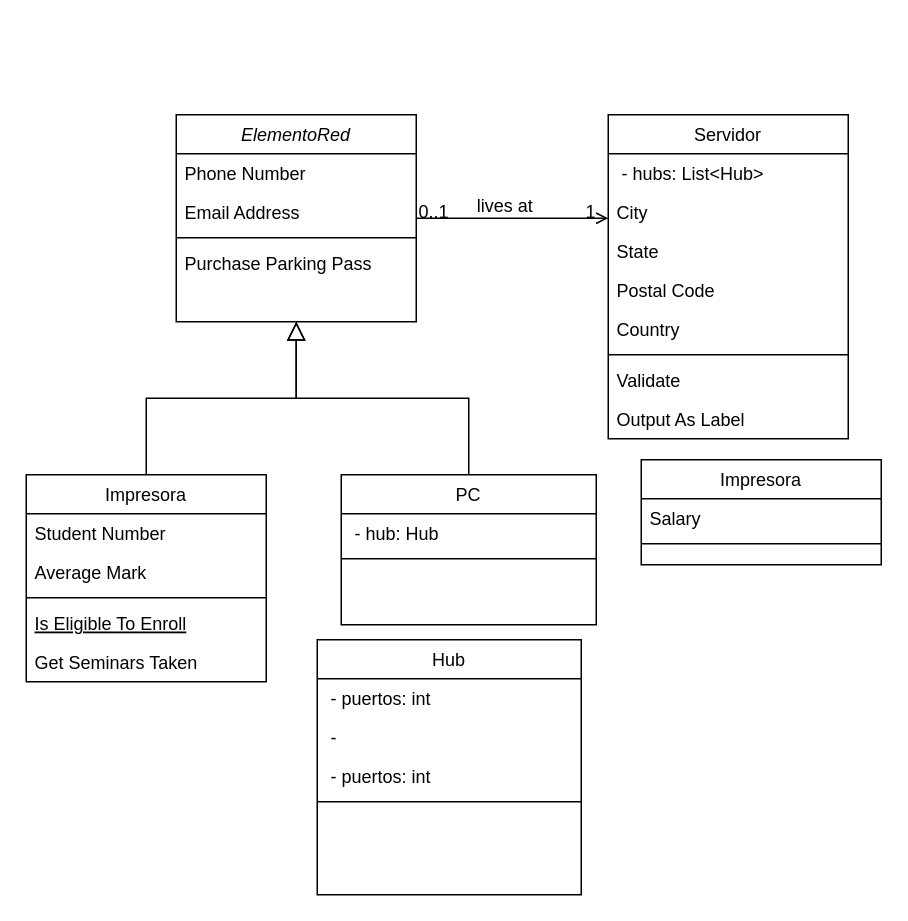
Above: redes.drawio in vitoriadelanachaves/uml_class_diagram (draw.io), before the change. Source tidied: cells renumbered, new cells numbered last; positions are measured from the earlier drawing's top-left corner, leaving out a move shared by most shapes. Both pictures are drawn from the tidied source at 150%, with x=0, y=0 at pixel (26, 114).
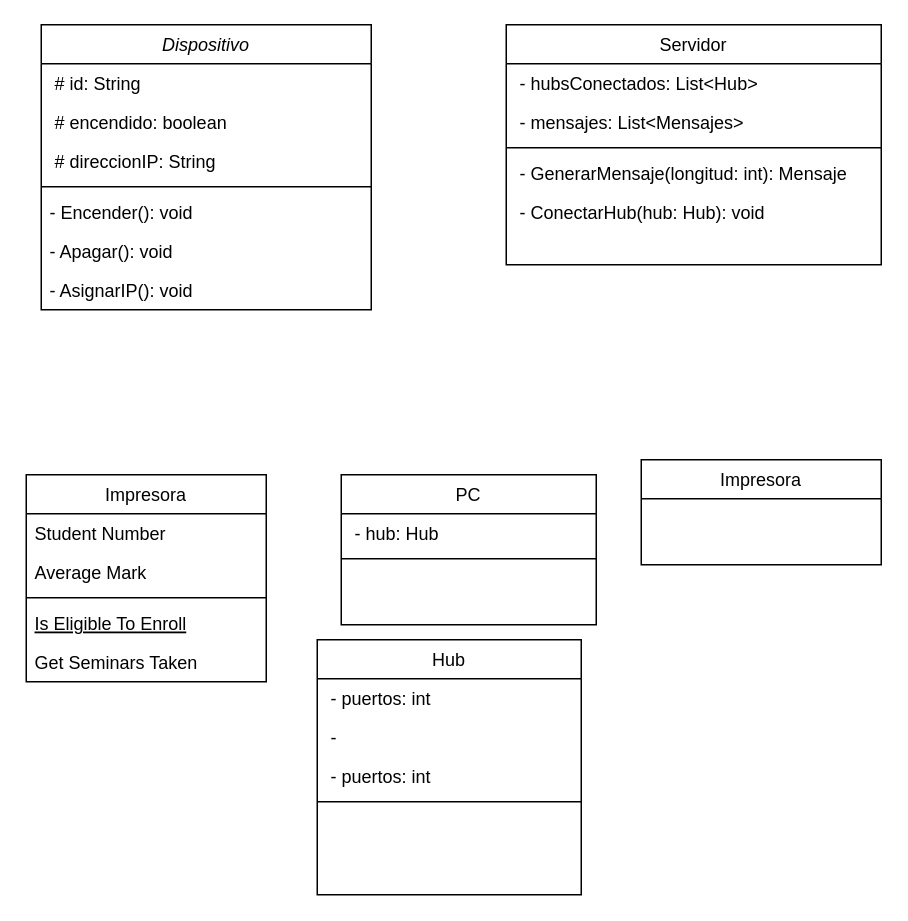
The same page after the edit.

Unchanged cells that the change refers to:
```xml
<mxCell id="7" value="Impresora" style="swimlane;fontStyle=0;align=center;verticalAlign=top;horizontal=1;startSize=26;rounded=0;shadow=0;strokeWidth=1;" parent="1" vertex="1">
  <mxGeometry y="240" width="160" height="138" as="geometry" />
</mxCell>
<mxCell id="14" value="PC" style="swimlane;fontStyle=0;align=center;verticalAlign=top;horizontal=1;startSize=26;rounded=0;shadow=0;strokeWidth=1;" parent="1" vertex="1">
  <mxGeometry x="210" y="240" width="170" height="100" as="geometry" />
</mxCell>
<mxCell id="36" value="Impresora" style="swimlane;fontStyle=0;align=center;verticalAlign=top;horizontal=1;startSize=26;rounded=0;shadow=0;strokeWidth=1;" parent="1" vertex="1">
  <mxGeometry x="410" y="230" width="160" height="70" as="geometry" />
</mxCell>
```

The edit, as a diff of the source:
```diff
@@
-    <mxCell id="2" value="ElementoRed" style="swimlane;fontStyle=2;align=center;verticalAlign=top;horizontal=1;startSize=26;rounded=0;shadow=0;strokeWidth=1;" parent="1" vertex="1">
-      <mxGeometry x="100" width="160" height="138" as="geometry" />
+    <mxCell id="2" value="Dispositivo" style="swimlane;fontStyle=2;align=center;verticalAlign=top;horizontal=1;startSize=26;rounded=0;shadow=0;strokeWidth=1;" parent="1" vertex="1">
+      <mxGeometry x="10" y="-60" width="220" height="190" as="geometry" />
     </mxCell>
-    <mxCell id="3" value="Phone Number" style="text;align=left;verticalAlign=top;spacingLeft=4;spacingRight=4;overflow=hidden;rounded=0;shadow=0;html=0;" parent="2" vertex="1">
-      <mxGeometry y="26" width="160" height="26" as="geometry" />
+    <mxCell id="3" value=" # id: String" style="text;align=left;verticalAlign=top;spacingLeft=4;spacingRight=4;overflow=hidden;rounded=0;shadow=0;html=0;" parent="2" vertex="1">
+      <mxGeometry y="26" width="220" height="26" as="geometry" />
     </mxCell>
-    <mxCell id="4" value="Email Address" style="text;align=left;verticalAlign=top;spacingLeft=4;spacingRight=4;overflow=hidden;rounded=0;shadow=0;html=0;" parent="2" vertex="1">
-      <mxGeometry y="52" width="160" height="26" as="geometry" />
+    <mxCell id="4" value=" # encendido: boolean" style="text;align=left;verticalAlign=top;spacingLeft=4;spacingRight=4;overflow=hidden;rounded=0;shadow=0;html=0;" parent="2" vertex="1">
+      <mxGeometry y="52" width="220" height="26" as="geometry" />
     </mxCell>
+    <mxCell id="39" value=" # direccionIP: String" style="text;align=left;verticalAlign=top;spacingLeft=4;spacingRight=4;overflow=hidden;rounded=0;shadow=0;html=0;" parent="2" vertex="1">
+      <mxGeometry y="78" width="220" height="26" as="geometry" />
+    </mxCell>
     <mxCell id="5" style="line;html=1;strokeWidth=1;align=left;verticalAlign=middle;spacingTop=-1;spacingLeft=3;spacingRight=3;labelPosition=right;" parent="2" vertex="1">
-      <mxGeometry y="78" width="160" height="8" as="geometry" />
+      <mxGeometry y="104" width="220" height="8" as="geometry" />
     </mxCell>
-    <mxCell id="6" value="Purchase Parking Pass" style="text;align=left;verticalAlign=top;spacingLeft=4;spacingRight=4;overflow=hidden;" parent="2" vertex="1">
-      <mxGeometry y="86" width="160" height="26" as="geometry" />
+    <mxCell id="6" value="- Encender(): void&#10;" style="text;align=left;verticalAlign=top;spacingLeft=4;spacingRight=4;overflow=hidden;" parent="2" vertex="1">
+      <mxGeometry y="112" width="220" height="26" as="geometry" />
     </mxCell>
+    <mxCell id="40" value="- Apagar(): void" style="text;align=left;verticalAlign=top;spacingLeft=4;spacingRight=4;overflow=hidden;" parent="2" vertex="1">
+      <mxGeometry y="138" width="220" height="26" as="geometry" />
+    </mxCell>
+    <mxCell id="41" value="- AsignarIP(): void" style="text;align=left;verticalAlign=top;spacingLeft=4;spacingRight=4;overflow=hidden;" parent="2" vertex="1">
+      <mxGeometry y="164" width="220" height="26" as="geometry" />
+    </mxCell>
@@
-    <mxCell id="13" style="endArrow=block;endSize=10;endFill=0;shadow=0;strokeWidth=1;rounded=0;curved=0;edgeStyle=elbowEdgeStyle;elbow=vertical;" parent="1" edge="1" source="7" target="2">
-      <mxGeometry relative="1" as="geometry" />
-    </mxCell>
@@
-    <mxCell id="17" style="endArrow=block;endSize=10;endFill=0;shadow=0;strokeWidth=1;rounded=0;curved=0;edgeStyle=elbowEdgeStyle;elbow=vertical;" parent="1" edge="1" source="14" target="2">
-      <mxGeometry relative="1" as="geometry" />
-    </mxCell>
     <mxCell id="18" value="Servidor" style="swimlane;fontStyle=0;align=center;verticalAlign=top;horizontal=1;startSize=26;rounded=0;shadow=0;strokeWidth=1;" parent="1" vertex="1">
-      <mxGeometry x="388" width="160" height="216" as="geometry" />
+      <mxGeometry x="320" y="-60" width="250" height="160" as="geometry" />
     </mxCell>
-    <mxCell id="19" value=" - hubs: List&lt;Hub&gt;" style="text;align=left;verticalAlign=top;spacingLeft=4;spacingRight=4;overflow=hidden;" parent="18" vertex="1">
-      <mxGeometry y="26" width="160" height="26" as="geometry" />
+    <mxCell id="19" value=" - hubsConectados: List&lt;Hub&gt;" style="text;align=left;verticalAlign=top;spacingLeft=4;spacingRight=4;overflow=hidden;" parent="18" vertex="1">
+      <mxGeometry y="26" width="250" height="26" as="geometry" />
     </mxCell>
-    <mxCell id="20" value="City" style="text;align=left;verticalAlign=top;spacingLeft=4;spacingRight=4;overflow=hidden;rounded=0;shadow=0;html=0;" parent="18" vertex="1">
-      <mxGeometry y="52" width="160" height="26" as="geometry" />
+    <mxCell id="20" value=" - mensajes: List&lt;Mensajes&gt;" style="text;align=left;verticalAlign=top;spacingLeft=4;spacingRight=4;overflow=hidden;rounded=0;shadow=0;html=0;" parent="18" vertex="1">
+      <mxGeometry y="52" width="250" height="26" as="geometry" />
     </mxCell>
-    <mxCell id="21" value="State" style="text;align=left;verticalAlign=top;spacingLeft=4;spacingRight=4;overflow=hidden;rounded=0;shadow=0;html=0;" parent="18" vertex="1">
-      <mxGeometry y="78" width="160" height="26" as="geometry" />
-    </mxCell>
-    <mxCell id="22" value="Postal Code" style="text;align=left;verticalAlign=top;spacingLeft=4;spacingRight=4;overflow=hidden;rounded=0;shadow=0;html=0;" parent="18" vertex="1">
-      <mxGeometry y="104" width="160" height="26" as="geometry" />
-    </mxCell>
-    <mxCell id="23" value="Country" style="text;align=left;verticalAlign=top;spacingLeft=4;spacingRight=4;overflow=hidden;rounded=0;shadow=0;html=0;" parent="18" vertex="1">
-      <mxGeometry y="130" width="160" height="26" as="geometry" />
-    </mxCell>
     <mxCell id="24" style="line;html=1;strokeWidth=1;align=left;verticalAlign=middle;spacingTop=-1;spacingLeft=3;spacingRight=3;labelPosition=right;" parent="18" vertex="1">
-      <mxGeometry y="156" width="160" height="8" as="geometry" />
+      <mxGeometry y="78" width="250" height="8" as="geometry" />
     </mxCell>
-    <mxCell id="25" value="Validate" style="text;align=left;verticalAlign=top;spacingLeft=4;spacingRight=4;overflow=hidden;" parent="18" vertex="1">
-      <mxGeometry y="164" width="160" height="26" as="geometry" />
+    <mxCell id="25" value=" - GenerarMensaje(longitud: int): Mensaje" style="text;align=left;verticalAlign=top;spacingLeft=4;spacingRight=4;overflow=hidden;" parent="18" vertex="1">
+      <mxGeometry y="86" width="250" height="26" as="geometry" />
     </mxCell>
-    <mxCell id="26" value="Output As Label" style="text;align=left;verticalAlign=top;spacingLeft=4;spacingRight=4;overflow=hidden;" parent="18" vertex="1">
-      <mxGeometry y="190" width="160" height="26" as="geometry" />
+    <mxCell id="26" value=" - ConectarHub(hub: Hub): void" style="text;align=left;verticalAlign=top;spacingLeft=4;spacingRight=4;overflow=hidden;" parent="18" vertex="1">
+      <mxGeometry y="112" width="250" height="28" as="geometry" />
     </mxCell>
-    <mxCell id="27" style="endArrow=open;shadow=0;strokeWidth=1;rounded=0;curved=0;endFill=1;edgeStyle=elbowEdgeStyle;elbow=vertical;" parent="1" edge="1" source="2" target="18">
-      <mxGeometry x="0.5" y="41" relative="1" as="geometry">
-        <mxPoint x="-40" y="32" as="offset" />
-      </mxGeometry>
-    </mxCell>
-    <mxCell id="28" value="0..1" style="align=left;verticalAlign=bottom;labelBackgroundColor=none;fontSize=12;" parent="27" vertex="1">
-      <mxGeometry x="-1" relative="1" as="geometry">
-        <mxPoint y="4" as="offset" />
-      </mxGeometry>
-    </mxCell>
-    <mxCell id="29" value="1" style="align=right;verticalAlign=bottom;labelBackgroundColor=none;fontSize=12;" parent="27" vertex="1">
-      <mxGeometry x="1" relative="1" as="geometry">
-        <mxPoint x="-7" y="4" as="offset" />
-      </mxGeometry>
-    </mxCell>
-    <mxCell id="30" value="lives at" style="text;html=1;align=center;verticalAlign=middle;labelBackgroundColor=none;rounded=0;shadow=0;strokeWidth=1;fontSize=12;" parent="27" vertex="1">
-      <mxGeometry x="0.5" y="49" relative="1" as="geometry">
-        <mxPoint x="-38" y="40" as="offset" />
-      </mxGeometry>
-    </mxCell>
@@
-    <mxCell id="37" value="Salary" style="text;align=left;verticalAlign=top;spacingLeft=4;spacingRight=4;overflow=hidden;" parent="36" vertex="1">
-      <mxGeometry y="26" width="160" height="26" as="geometry" />
-    </mxCell>
-    <mxCell id="38" style="line;html=1;strokeWidth=1;align=left;verticalAlign=middle;spacingTop=-1;spacingLeft=3;spacingRight=3;labelPosition=right;" parent="36" vertex="1">
-      <mxGeometry y="52" width="160" height="8" as="geometry" />
-    </mxCell>
```
